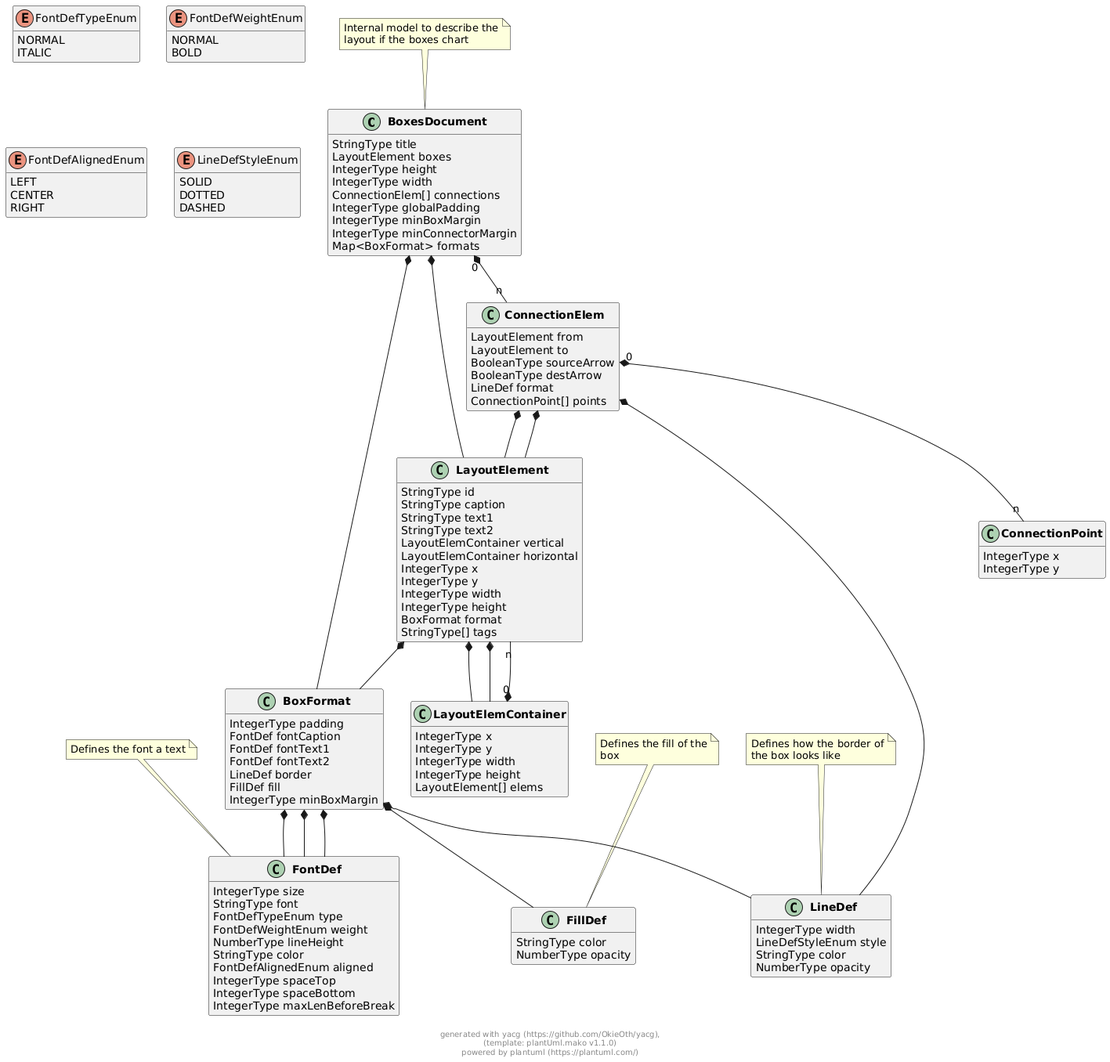
Earlier version of the PlantUML export docs/models/png/boxes_document.png (OkieOth/draw.chart.things).
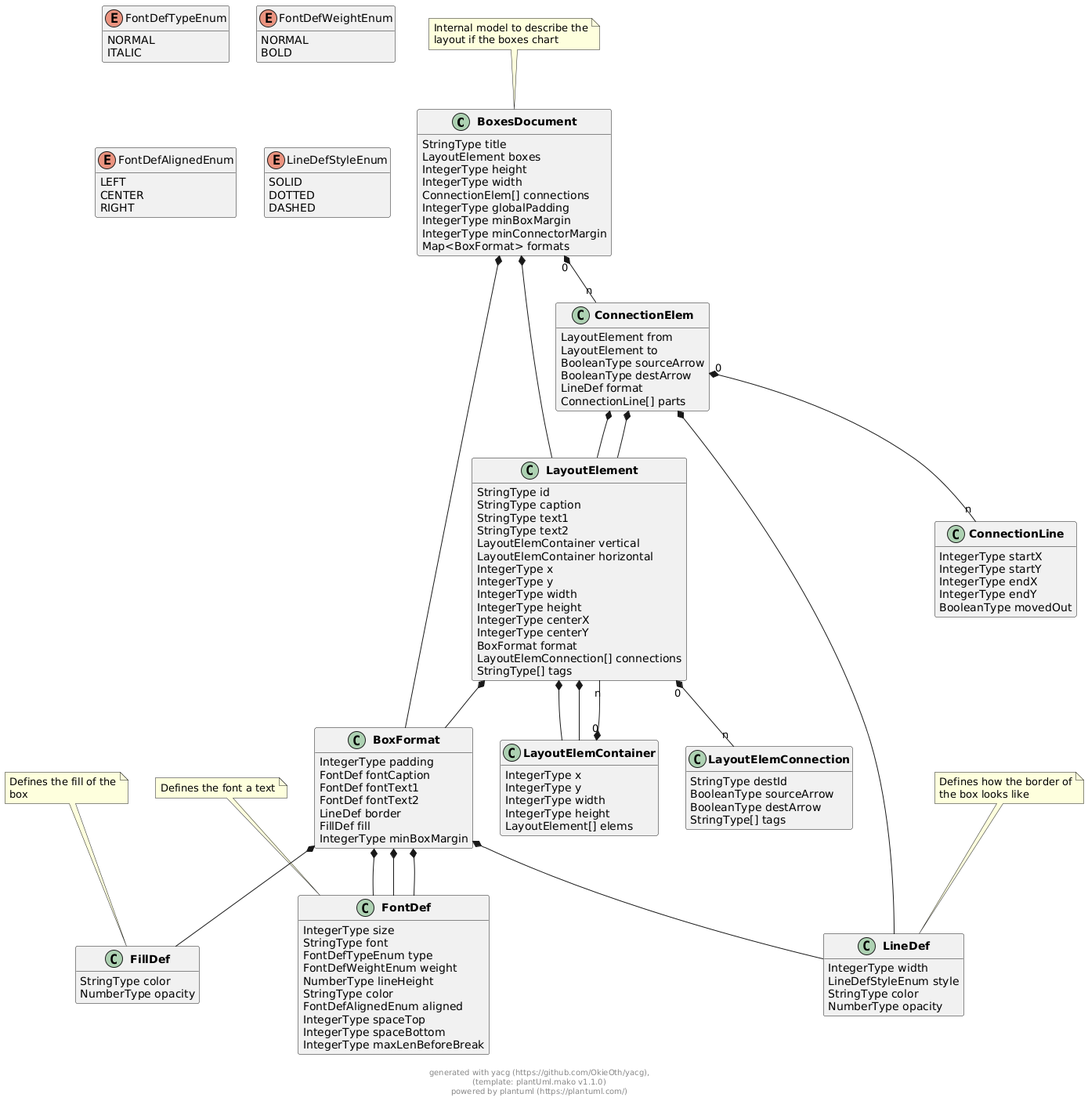
After the change.

Change to the diagram source:
```diff
@@ -29,7 +29,10 @@
         IntegerType y
         IntegerType width
         IntegerType height
+        IntegerType centerX
+        IntegerType centerY
         BoxFormat format
+        LayoutElemConnection[] connections
         StringType[] tags
 }
 
@@ -41,7 +44,7 @@
         BooleanType sourceArrow
         BooleanType destArrow
         LineDef format
-        ConnectionPoint[] points
+        ConnectionLine[] parts
 }
 
 
@@ -69,9 +72,21 @@
 
 
 
-class "**ConnectionPoint**" as ConnectionPoint {
-        IntegerType x
-        IntegerType y
+class "**LayoutElemConnection**" as LayoutElemConnection {
+        StringType destId
+        BooleanType sourceArrow
+        BooleanType destArrow
+        StringType[] tags
+}
+
+
+
+class "**ConnectionLine**" as ConnectionLine {
+        IntegerType startX
+        IntegerType startY
+        IntegerType endX
+        IntegerType endY
+        BooleanType movedOut
 }
 
 
@@ -159,7 +174,11 @@
 
 
 
+
+
 LayoutElement  *--  BoxFormat
+
+LayoutElement "0" *-- "n" LayoutElemConnection
 
 
 
@@ -171,7 +190,7 @@
 
 ConnectionElem  *--  LineDef
 
-ConnectionElem "0" *-- "n" ConnectionPoint
+ConnectionElem "0" *-- "n" ConnectionLine
 
 
 
@@ -221,5 +240,13 @@
 
 
 
+
+
+
+
+
+
+
+
 footer \ngenerated with yacg (https://github.com/OkieOth/yacg),\n(template: plantUml.mako v1.1.0)\npowered by plantuml (https://plantuml.com/)
 @enduml
```
